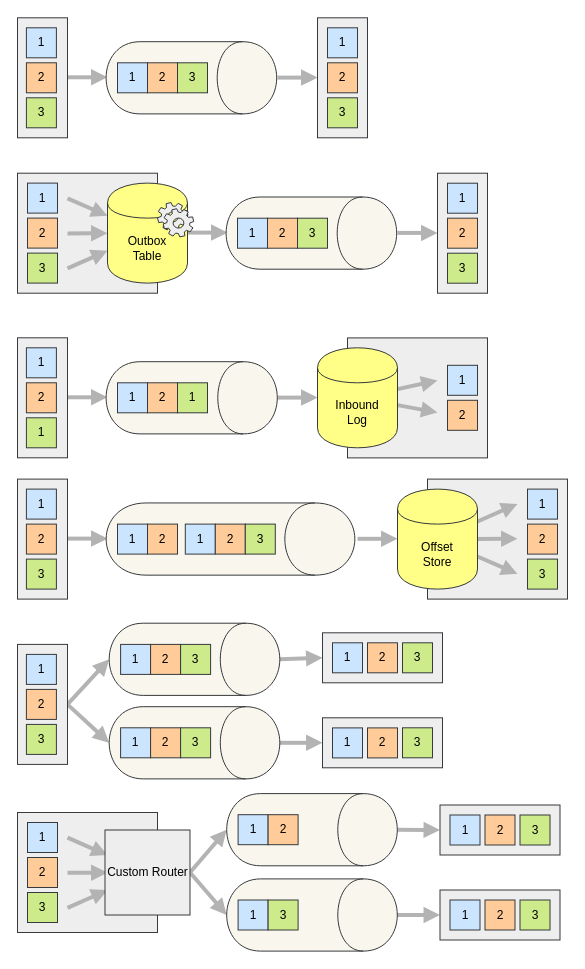
This is page "Connectors" (2 of 7) of docs/_docs/diagrams/silverback-usecases.drawio from BEagle1984/silverback, a draw.io file, before an edit. Source tidied: cells renumbered, new cells numbered last; positions are measured from the earlier drawing's top-left corner, leaving out a move shared by most shapes. Both pictures are drawn from the tidied source at 100%, with x=0, y=0 at pixel (17, -8).
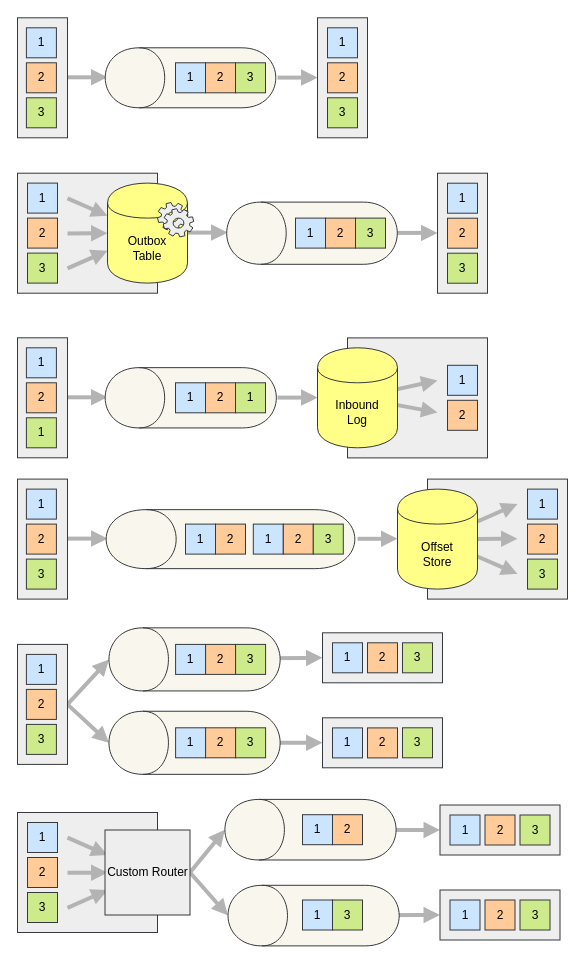
After the change.

Unchanged cells that the change refers to:
```xml
<mxCell id="75" style="rounded=0;whiteSpace=wrap;html=1;fillColor=#eeeeee;verticalAlign=top;spacingTop=-25;horizontal=0;strokeColor=#36393d;" parent="1" vertex="1">
  <mxGeometry y="651.9" width="50" height="120" as="geometry" />
</mxCell>
<mxCell id="120" value="Custom Router" style="rounded=0;whiteSpace=wrap;html=1;fillColor=#eeeeee;verticalAlign=middle;spacingTop=0;horizontal=1;strokeColor=#36393d;" parent="1" vertex="1">
  <mxGeometry x="87.5" y="837.5" width="85" height="85" as="geometry" />
</mxCell>
```

Change to the diagram source:
```diff
@@
-    <mxCell id="13" style="shape=cylinder;whiteSpace=wrap;html=1;boundedLbl=1;backgroundOutline=1;rotation=90;fillColor=#f9f7ed;strokeColor=#36393d;" parent="1" vertex="1">
-      <mxGeometry x="137.8" width="72.2" height="170.6" as="geometry" />
+    <mxCell id="13" style="shape=cylinder;whiteSpace=wrap;html=1;boundedLbl=1;backgroundOutline=1;rotation=90;fillColor=#f9f7ed;strokeColor=#36393d;direction=west;" parent="1" vertex="1">
+      <mxGeometry x="143" width="60" height="170.6" as="geometry" />
     </mxCell>
@@
     <mxCell id="17" value="1" style="rounded=0;whiteSpace=wrap;html=1;fillColor=#cce5ff;strokeColor=#36393d;" parent="1" vertex="1">
-      <mxGeometry x="100" y="70.3" width="30" height="30" as="geometry" />
+      <mxGeometry x="158" y="70.3" width="30" height="30" as="geometry" />
     </mxCell>
     <mxCell id="18" value="2" style="rounded=0;whiteSpace=wrap;html=1;fillColor=#ffcc99;strokeColor=#36393d;" parent="1" vertex="1">
-      <mxGeometry x="130" y="70.3" width="30" height="30" as="geometry" />
+      <mxGeometry x="188" y="70.3" width="30" height="30" as="geometry" />
     </mxCell>
     <mxCell id="19" value="3" style="rounded=0;whiteSpace=wrap;html=1;fillColor=#cdeb8b;strokeColor=#36393d;" parent="1" vertex="1">
-      <mxGeometry x="160" y="70.3" width="30" height="30" as="geometry" />
+      <mxGeometry x="218" y="70.3" width="30" height="30" as="geometry" />
     </mxCell>
@@
-    <mxCell id="31" style="shape=cylinder;whiteSpace=wrap;html=1;boundedLbl=1;backgroundOutline=1;rotation=90;fillColor=#f9f7ed;strokeColor=#36393d;" parent="1" vertex="1">
-      <mxGeometry x="257.8" y="155.3" width="72.2" height="170.6" as="geometry" />
+    <mxCell id="31" style="shape=cylinder;whiteSpace=wrap;html=1;boundedLbl=1;backgroundOutline=1;rotation=90;fillColor=#f9f7ed;strokeColor=#36393d;direction=west;" parent="1" vertex="1">
+      <mxGeometry x="263.4" y="155.4" width="62.2" height="170.6" as="geometry" />
     </mxCell>
     <mxCell id="32" value="1" style="rounded=0;whiteSpace=wrap;html=1;fillColor=#cce5ff;strokeColor=#36393d;" parent="1" vertex="1">
-      <mxGeometry x="220" y="225.7" width="30" height="30" as="geometry" />
+      <mxGeometry x="278" y="225.6" width="30" height="30" as="geometry" />
     </mxCell>
     <mxCell id="33" value="2" style="rounded=0;whiteSpace=wrap;html=1;fillColor=#ffcc99;strokeColor=#36393d;" parent="1" vertex="1">
-      <mxGeometry x="250" y="225.7" width="30" height="30" as="geometry" />
+      <mxGeometry x="308" y="225.6" width="30" height="30" as="geometry" />
     </mxCell>
     <mxCell id="34" value="3" style="rounded=0;whiteSpace=wrap;html=1;fillColor=#cdeb8b;strokeColor=#36393d;" parent="1" vertex="1">
-      <mxGeometry x="280" y="225.7" width="30" height="30" as="geometry" />
+      <mxGeometry x="338" y="225.6" width="30" height="30" as="geometry" />
     </mxCell>
@@
-    <mxCell id="39" style="shape=cylinder;whiteSpace=wrap;html=1;boundedLbl=1;backgroundOutline=1;rotation=90;fillColor=#f9f7ed;strokeColor=#36393d;" parent="1" vertex="1">
-      <mxGeometry x="138.1" y="319.7" width="72.2" height="171.2" as="geometry" />
+    <mxCell id="39" style="shape=cylinder;whiteSpace=wrap;html=1;boundedLbl=1;backgroundOutline=1;rotation=90;fillColor=#f9f7ed;strokeColor=#36393d;direction=west;" parent="1" vertex="1">
+      <mxGeometry x="143.1" y="319.7" width="60.3" height="171.2" as="geometry" />
     </mxCell>
@@
     <mxCell id="43" value="1" style="rounded=0;whiteSpace=wrap;html=1;fillColor=#cce5ff;strokeColor=#36393d;" parent="1" vertex="1">
-      <mxGeometry x="100" y="390.3" width="30" height="30" as="geometry" />
+      <mxGeometry x="158" y="390.3" width="30" height="30" as="geometry" />
     </mxCell>
     <mxCell id="44" value="2" style="rounded=0;whiteSpace=wrap;html=1;fillColor=#ffcc99;strokeColor=#36393d;" parent="1" vertex="1">
-      <mxGeometry x="130" y="390.3" width="30" height="30" as="geometry" />
+      <mxGeometry x="188" y="390.3" width="30" height="30" as="geometry" />
     </mxCell>
@@
     <mxCell id="49" value="1" style="rounded=0;whiteSpace=wrap;html=1;fillColor=#cdeb8b;strokeColor=#36393d;" parent="1" vertex="1">
-      <mxGeometry x="160" y="390.3" width="30" height="30" as="geometry" />
+      <mxGeometry x="218" y="390.3" width="30" height="30" as="geometry" />
     </mxCell>
@@
-    <mxCell id="52" style="shape=cylinder;whiteSpace=wrap;html=1;boundedLbl=1;backgroundOutline=1;rotation=90;fillColor=#f9f7ed;strokeColor=#36393d;" parent="1" vertex="1">
-      <mxGeometry x="176.9" y="422.2" width="72.2" height="248.7" as="geometry" />
+    <mxCell id="52" style="shape=cylinder;whiteSpace=wrap;html=1;boundedLbl=1;backgroundOutline=1;rotation=90;fillColor=#f9f7ed;strokeColor=#36393d;direction=west;" parent="1" vertex="1">
+      <mxGeometry x="183.5" y="422.3" width="59" height="248.7" as="geometry" />
     </mxCell>
@@
     <mxCell id="56" value="1" style="rounded=0;whiteSpace=wrap;html=1;fillColor=#cce5ff;strokeColor=#36393d;" parent="1" vertex="1">
-      <mxGeometry x="100" y="531.6" width="30" height="30" as="geometry" />
+      <mxGeometry x="168" y="531.6" width="30" height="30" as="geometry" />
     </mxCell>
     <mxCell id="57" value="2" style="rounded=0;whiteSpace=wrap;html=1;fillColor=#ffcc99;strokeColor=#36393d;" parent="1" vertex="1">
-      <mxGeometry x="130" y="531.6" width="30" height="30" as="geometry" />
+      <mxGeometry x="198" y="531.6" width="30" height="30" as="geometry" />
     </mxCell>
@@
     <mxCell id="67" value="1" style="rounded=0;whiteSpace=wrap;html=1;fillColor=#cce5ff;strokeColor=#36393d;" parent="1" vertex="1">
-      <mxGeometry x="167.8" y="531.6" width="30" height="30" as="geometry" />
+      <mxGeometry x="235.8" y="531.6" width="30" height="30" as="geometry" />
     </mxCell>
     <mxCell id="68" value="2" style="rounded=0;whiteSpace=wrap;html=1;fillColor=#ffcc99;strokeColor=#36393d;" parent="1" vertex="1">
-      <mxGeometry x="197.8" y="531.6" width="30" height="30" as="geometry" />
+      <mxGeometry x="265.8" y="531.6" width="30" height="30" as="geometry" />
     </mxCell>
     <mxCell id="69" value="3" style="rounded=0;whiteSpace=wrap;html=1;fillColor=#cdeb8b;strokeColor=#36393d;" parent="1" vertex="1">
-      <mxGeometry x="227.8" y="531.6" width="30" height="30" as="geometry" />
+      <mxGeometry x="295.8" y="531.6" width="30" height="30" as="geometry" />
     </mxCell>
@@
-    <mxCell id="71" style="endArrow=block;html=1;strokeWidth=4;endFill=1;fillColor=none;strokeColor=#B3B3B3;entryX=0.5;entryY=1;entryDx=0;entryDy=0;exitX=1;exitY=0.5;exitDx=0;exitDy=0;" parent="1" edge="1" source="75" target="87">
+    <mxCell id="71" style="endArrow=block;html=1;strokeWidth=4;endFill=1;fillColor=none;strokeColor=#B3B3B3;entryX=0.5;entryY=0;entryDx=0;entryDy=0;exitX=1;exitY=0.5;exitDx=0;exitDy=0;" parent="1" edge="1" source="75" target="87">
       <mxGeometry relative="1" as="geometry" />
     </mxCell>
@@
-    <mxCell id="74" style="endArrow=block;html=1;strokeWidth=4;endFill=1;fillColor=none;strokeColor=#B3B3B3;entryX=0.5;entryY=1;entryDx=0;entryDy=0;exitX=1;exitY=0.5;exitDx=0;exitDy=0;" parent="1" edge="1" source="75" target="91">
+    <mxCell id="74" style="endArrow=block;html=1;strokeWidth=4;endFill=1;fillColor=none;strokeColor=#B3B3B3;entryX=0.5;entryY=0;entryDx=0;entryDy=0;exitX=1;exitY=0.5;exitDx=0;exitDy=0;" parent="1" edge="1" source="75" target="91">
       <mxGeometry relative="1" as="geometry" />
     </mxCell>
@@
-    <mxCell id="87" style="shape=cylinder;whiteSpace=wrap;html=1;boundedLbl=1;backgroundOutline=1;rotation=90;fillColor=#f9f7ed;strokeColor=#36393d;" parent="1" vertex="1">
-      <mxGeometry x="140.9" y="581.5" width="72.2" height="170.6" as="geometry" />
+    <mxCell id="87" style="shape=cylinder;whiteSpace=wrap;html=1;boundedLbl=1;backgroundOutline=1;rotation=90;fillColor=#f9f7ed;strokeColor=#36393d;direction=west;" parent="1" vertex="1">
+      <mxGeometry x="145.5" y="581.3" width="63.1" height="171.2" as="geometry" />
     </mxCell>
     <mxCell id="88" value="1" style="rounded=0;whiteSpace=wrap;html=1;fillColor=#cce5ff;strokeColor=#36393d;" parent="1" vertex="1">
-      <mxGeometry x="103.1" y="651.9" width="30" height="30" as="geometry" />
+      <mxGeometry x="158.1" y="651.9" width="30" height="30" as="geometry" />
     </mxCell>
     <mxCell id="89" value="2" style="rounded=0;whiteSpace=wrap;html=1;fillColor=#ffcc99;strokeColor=#36393d;" parent="1" vertex="1">
-      <mxGeometry x="133.1" y="651.9" width="30" height="30" as="geometry" />
+      <mxGeometry x="188.1" y="651.9" width="30" height="30" as="geometry" />
     </mxCell>
     <mxCell id="90" value="3" style="rounded=0;whiteSpace=wrap;html=1;fillColor=#cdeb8b;strokeColor=#36393d;" parent="1" vertex="1">
-      <mxGeometry x="163.1" y="651.9" width="30" height="30" as="geometry" />
+      <mxGeometry x="218.1" y="651.9" width="30" height="30" as="geometry" />
     </mxCell>
-    <mxCell id="91" style="shape=cylinder;whiteSpace=wrap;html=1;boundedLbl=1;backgroundOutline=1;rotation=90;fillColor=#f9f7ed;strokeColor=#36393d;" parent="1" vertex="1">
-      <mxGeometry x="140.9" y="665" width="72.2" height="170.6" as="geometry" />
+    <mxCell id="91" style="shape=cylinder;whiteSpace=wrap;html=1;boundedLbl=1;backgroundOutline=1;rotation=90;fillColor=#f9f7ed;strokeColor=#36393d;direction=west;" parent="1" vertex="1">
+      <mxGeometry x="145.5" y="664.7" width="63.1" height="171.2" as="geometry" />
     </mxCell>
     <mxCell id="92" value="1" style="rounded=0;whiteSpace=wrap;html=1;fillColor=#cce5ff;strokeColor=#36393d;" parent="1" vertex="1">
-      <mxGeometry x="103.1" y="735.3" width="30" height="30" as="geometry" />
+      <mxGeometry x="158.1" y="735.3" width="30" height="30" as="geometry" />
     </mxCell>
     <mxCell id="93" value="2" style="rounded=0;whiteSpace=wrap;html=1;fillColor=#ffcc99;strokeColor=#36393d;" parent="1" vertex="1">
-      <mxGeometry x="133.1" y="735.3" width="30" height="30" as="geometry" />
+      <mxGeometry x="188.1" y="735.3" width="30" height="30" as="geometry" />
     </mxCell>
     <mxCell id="94" value="3" style="rounded=0;whiteSpace=wrap;html=1;fillColor=#cdeb8b;strokeColor=#36393d;" parent="1" vertex="1">
-      <mxGeometry x="163.1" y="735.3" width="30" height="30" as="geometry" />
+      <mxGeometry x="218.1" y="735.3" width="30" height="30" as="geometry" />
     </mxCell>
@@
-    <mxCell id="102" style="endArrow=block;html=1;strokeWidth=4;endFill=1;fillColor=none;strokeColor=#B3B3B3;entryX=0.5;entryY=1;entryDx=0;entryDy=0;exitX=1;exitY=0.5;exitDx=0;exitDy=0;" parent="1" edge="1" source="120" target="114">
+    <mxCell id="102" style="endArrow=block;html=1;strokeWidth=4;endFill=1;fillColor=none;strokeColor=#B3B3B3;entryX=0.5;entryY=0;entryDx=0;entryDy=0;exitX=1;exitY=0.5;exitDx=0;exitDy=0;" parent="1" edge="1" source="120" target="114">
       <mxGeometry relative="1" as="geometry" />
     </mxCell>
@@
-    <mxCell id="105" style="endArrow=block;html=1;strokeWidth=4;endFill=1;fillColor=none;strokeColor=#B3B3B3;entryX=0.5;entryY=1;entryDx=0;entryDy=0;exitX=1;exitY=0.5;exitDx=0;exitDy=0;" parent="1" edge="1" source="120" target="117">
+    <mxCell id="105" style="endArrow=block;html=1;strokeWidth=4;endFill=1;fillColor=none;strokeColor=#B3B3B3;entryX=0.5;entryY=0;entryDx=0;entryDy=0;exitX=1;exitY=0.5;exitDx=0;exitDy=0;" parent="1" edge="1" source="120" target="117">
       <mxGeometry relative="1" as="geometry" />
     </mxCell>
@@
-    <mxCell id="114" style="shape=cylinder;whiteSpace=wrap;html=1;boundedLbl=1;backgroundOutline=1;rotation=90;fillColor=#f9f7ed;strokeColor=#36393d;" parent="1" vertex="1">
-      <mxGeometry x="258.4" y="751.9" width="72.2" height="170.6" as="geometry" />
+    <mxCell id="114" style="shape=cylinder;whiteSpace=wrap;html=1;boundedLbl=1;backgroundOutline=1;rotation=90;fillColor=#f9f7ed;strokeColor=#36393d;direction=west;" parent="1" vertex="1">
+      <mxGeometry x="262.7" y="751.6" width="60.6" height="171.2" as="geometry" />
     </mxCell>
     <mxCell id="115" value="1" style="rounded=0;whiteSpace=wrap;html=1;fillColor=#cce5ff;strokeColor=#36393d;" parent="1" vertex="1">
-      <mxGeometry x="220.6" y="822.2" width="30" height="30" as="geometry" />
+      <mxGeometry x="285" y="822.2" width="30" height="30" as="geometry" />
     </mxCell>
     <mxCell id="116" value="2" style="rounded=0;whiteSpace=wrap;html=1;fillColor=#ffcc99;strokeColor=#36393d;" parent="1" vertex="1">
-      <mxGeometry x="250.6" y="822.2" width="30" height="30" as="geometry" />
+      <mxGeometry x="315" y="822.2" width="30" height="30" as="geometry" />
     </mxCell>
-    <mxCell id="117" style="shape=cylinder;whiteSpace=wrap;html=1;boundedLbl=1;backgroundOutline=1;rotation=90;fillColor=#f9f7ed;strokeColor=#36393d;" parent="1" vertex="1">
-      <mxGeometry x="258.4" y="837.2" width="72.2" height="170.6" as="geometry" />
+    <mxCell id="117" style="shape=cylinder;whiteSpace=wrap;html=1;boundedLbl=1;backgroundOutline=1;rotation=90;fillColor=#f9f7ed;strokeColor=#36393d;direction=west;" parent="1" vertex="1">
+      <mxGeometry x="265.8" y="837.5" width="60.6" height="171.2" as="geometry" />
     </mxCell>
     <mxCell id="118" value="1" style="rounded=0;whiteSpace=wrap;html=1;fillColor=#cce5ff;strokeColor=#36393d;" parent="1" vertex="1">
-      <mxGeometry x="220.6" y="907.5" width="30" height="30" as="geometry" />
+      <mxGeometry x="285" y="907.5" width="30" height="30" as="geometry" />
     </mxCell>
     <mxCell id="119" value="3" style="rounded=0;whiteSpace=wrap;html=1;fillColor=#cdeb8b;strokeColor=#36393d;" parent="1" vertex="1">
-      <mxGeometry x="250.6" y="907.5" width="30" height="30" as="geometry" />
+      <mxGeometry x="315" y="907.5" width="30" height="30" as="geometry" />
     </mxCell>
```
